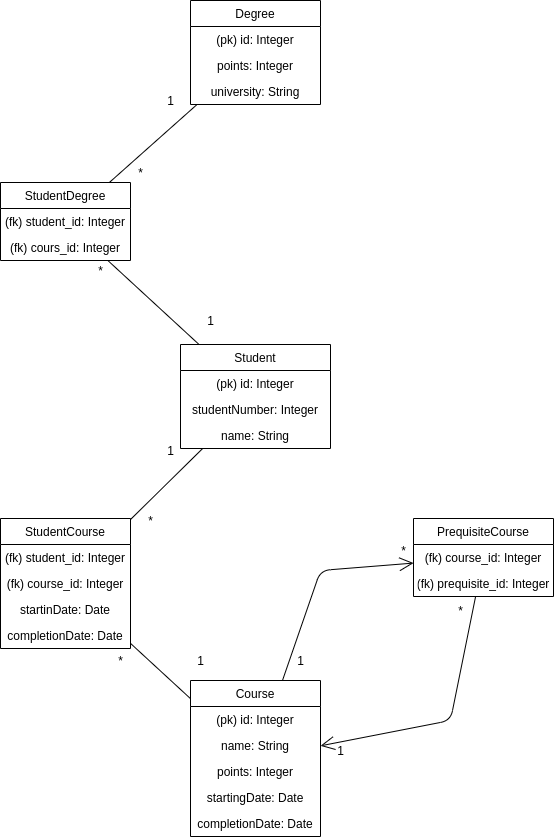
akirataguchi115/csgo keeps this draw.io diagram as documentation/csgo_tietokantakaavio.png. Above is the earlier version. Source tidied: cells renumbered, new cells last; positions are measured from the earlier drawing's top-left corner, leaving out a move shared by most shapes.
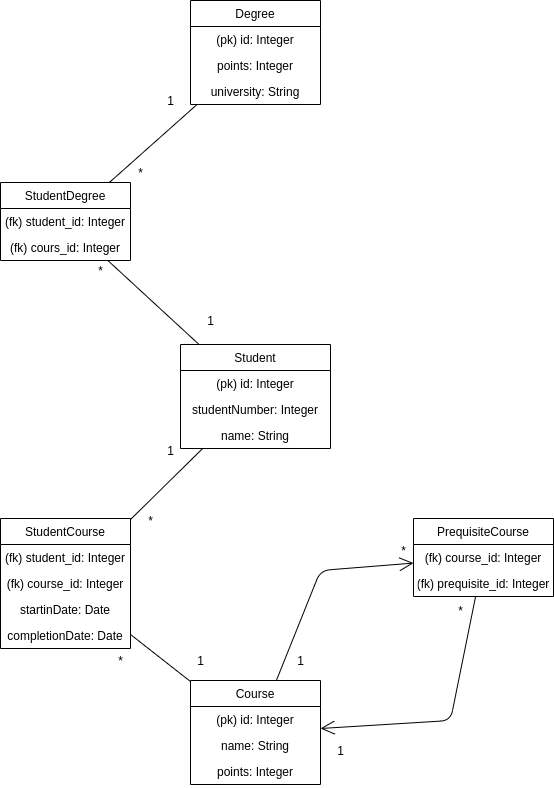
After the change.

Commit message:
updated database diagram

What changed in the source:
```diff
@@ -3,7 +3,7 @@
     <mxCell id="0" />
     <mxCell id="1" parent="0" />
     <mxCell id="2" value="Course" style="swimlane;fontStyle=0;horizontal=1;startSize=26;fillColor=none;" parent="1" vertex="1">
-      <mxGeometry x="190" y="680" width="130" height="156" as="geometry" />
+      <mxGeometry x="190" y="680" width="130" height="104" as="geometry" />
     </mxCell>
     <mxCell id="3" value="(pk) id: Integer" style="text;strokeColor=none;fillColor=none;align=center;verticalAlign=top;spacingLeft=4;spacingRight=4;overflow=hidden;" parent="2" vertex="1">
       <mxGeometry y="26" width="130" height="26" as="geometry" />
@@ -14,12 +14,6 @@
     <mxCell id="5" value="points: Integer" style="text;strokeColor=none;fillColor=none;align=center;verticalAlign=top;spacingLeft=4;spacingRight=4;overflow=hidden;" parent="2" vertex="1">
       <mxGeometry y="78" width="130" height="26" as="geometry" />
     </mxCell>
-    <mxCell id="6" value="startingDate: Date" style="text;strokeColor=none;fillColor=none;align=center;verticalAlign=top;spacingLeft=4;spacingRight=4;overflow=hidden;" parent="2" vertex="1">
-      <mxGeometry y="104" width="130" height="26" as="geometry" />
-    </mxCell>
-    <mxCell id="7" value="completionDate: Date" style="text;strokeColor=none;fillColor=none;align=center;verticalAlign=top;spacingLeft=4;spacingRight=4;overflow=hidden;" parent="2" vertex="1">
-      <mxGeometry y="130" width="130" height="26" as="geometry" />
-    </mxCell>
     <mxCell id="8" value="PrequisiteCourse" style="swimlane;fontStyle=0;horizontal=1;startSize=26;fillColor=none;" parent="1" vertex="1">
       <mxGeometry x="413" y="518" width="140" height="78" as="geometry" />
     </mxCell>
```
